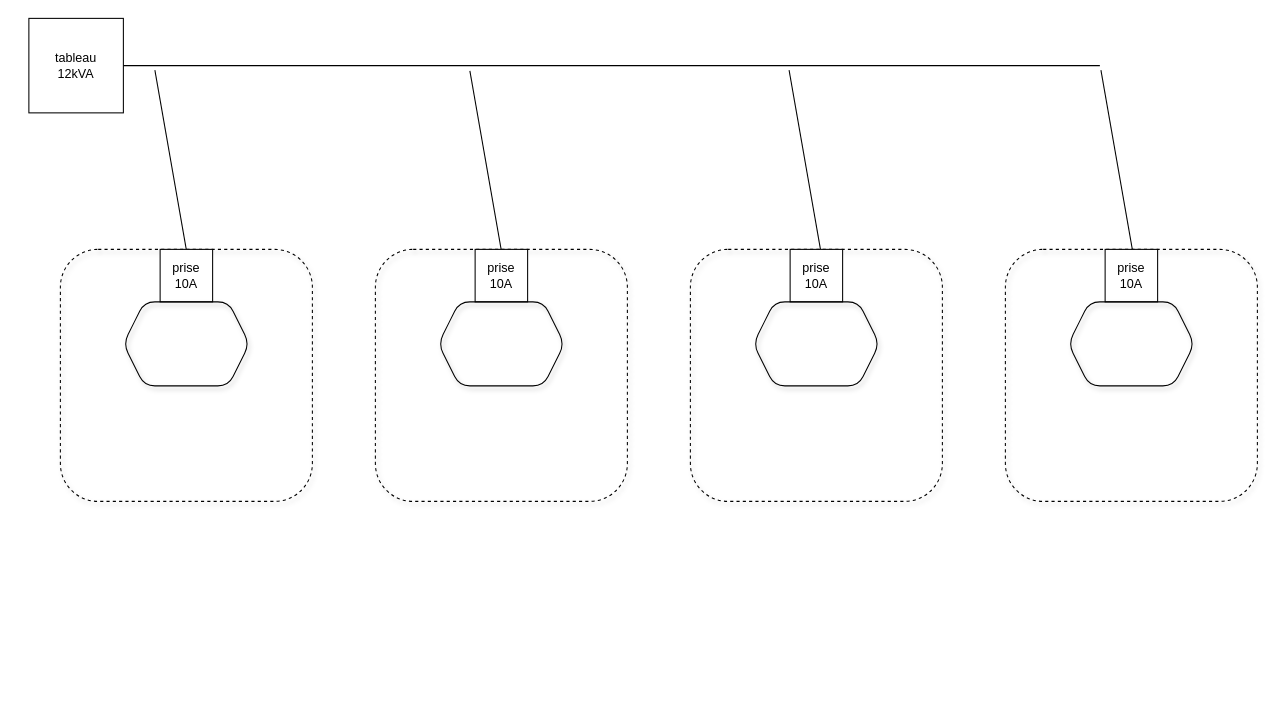
This is images/tokoen-charge.drawio from mtitinger/zz_doc, a draw.io file, before an edit. Source tidied: cells renumbered, new cells numbered last; positions are measured from the earlier drawing's top-left corner, leaving out a move shared by most shapes. Both pictures are drawn from the tidied source at 105%, with x=0, y=0 at pixel (28, 18).
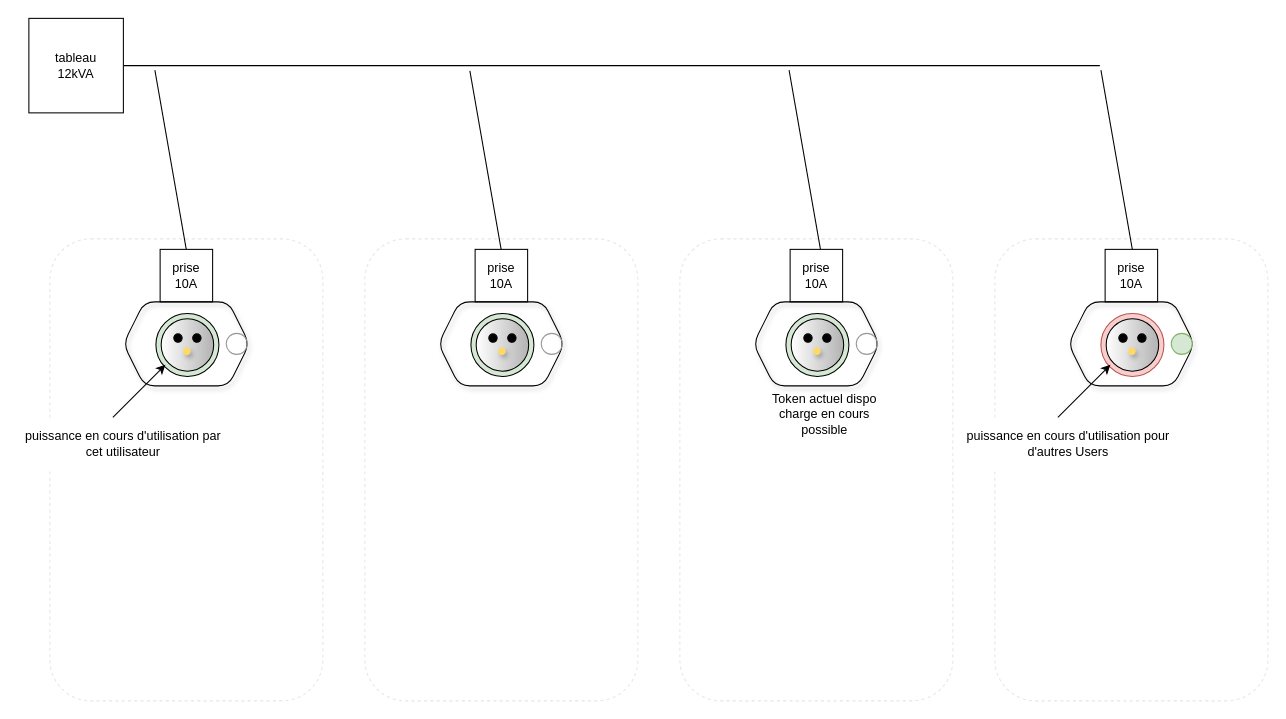
The same diagram, later.

The edit, as a diff of the source:
```diff
@@
+    <mxCell id="20" style="rounded=1;whiteSpace=wrap;html=1;shadow=0;glass=0;sketch=0;strokeColor=#E6E6E6;strokeWidth=1;fillColor=#FFFFFF;gradientColor=none;gradientDirection=west;dashed=1;" parent="1" vertex="1">
+      <mxGeometry x="320" y="210" width="260" height="440" as="geometry" />
+    </mxCell>
+    <mxCell id="21" style="rounded=1;whiteSpace=wrap;html=1;shadow=0;glass=0;sketch=0;strokeColor=#E6E6E6;strokeWidth=1;fillColor=#FFFFFF;gradientColor=none;gradientDirection=west;dashed=1;" parent="1" vertex="1">
+      <mxGeometry x="620" y="210" width="260" height="440" as="geometry" />
+    </mxCell>
+    <mxCell id="22" style="rounded=1;whiteSpace=wrap;html=1;shadow=0;glass=0;sketch=0;strokeColor=#E6E6E6;strokeWidth=1;fillColor=#FFFFFF;gradientColor=none;gradientDirection=west;dashed=1;" parent="1" vertex="1">
+      <mxGeometry x="920" y="210" width="260" height="440" as="geometry" />
+    </mxCell>
+    <mxCell id="23" style="rounded=1;whiteSpace=wrap;html=1;shadow=0;glass=0;sketch=0;strokeColor=#E6E6E6;strokeWidth=1;fillColor=#FFFFFF;gradientColor=none;gradientDirection=west;dashed=1;" parent="1" vertex="1">
+      <mxGeometry x="20" y="210" width="260" height="440" as="geometry" />
+    </mxCell>
@@
-    <mxCell id="4" style="whiteSpace=wrap;html=1;dashed=1;perimeterSpacing=0;fillColor=none;shadow=1;rounded=1;sketch=0;glass=0;" parent="1" vertex="1">
-      <mxGeometry x="30" y="220" width="240" height="240" as="geometry" />
-    </mxCell>
-    <mxCell id="5" style="whiteSpace=wrap;html=1;dashed=1;perimeterSpacing=0;fillColor=none;shadow=1;rounded=1;sketch=0;glass=0;" parent="1" vertex="1">
-      <mxGeometry x="330" y="220" width="240" height="240" as="geometry" />
-    </mxCell>
-    <mxCell id="6" style="whiteSpace=wrap;html=1;dashed=1;perimeterSpacing=0;fillColor=none;shadow=1;rounded=1;sketch=0;glass=0;" parent="1" vertex="1">
-      <mxGeometry x="630" y="220" width="240" height="240" as="geometry" />
-    </mxCell>
-    <mxCell id="7" style="whiteSpace=wrap;html=1;dashed=1;perimeterSpacing=0;fillColor=none;shadow=1;rounded=1;sketch=0;glass=0;" parent="1" vertex="1">
-      <mxGeometry x="930" y="220" width="240" height="240" as="geometry" />
-    </mxCell>
@@
+    <mxCell id="24" style="group;" parent="1" vertex="1">
+      <mxGeometry x="90" y="270" width="120" height="80" as="geometry" />
+    </mxCell>
-    <mxCell id="16" style="shape=hexagon;perimeter=hexagonPerimeter2;whiteSpace=wrap;html=1;fixedSize=1;rounded=1;shadow=1;glass=0;sketch=0;fillColor=none;" parent="1" vertex="1">
-      <mxGeometry x="90" y="270" width="120" height="80" as="geometry" />
+    <mxCell id="16" style="shape=hexagon;perimeter=hexagonPerimeter2;whiteSpace=wrap;html=1;fixedSize=1;rounded=1;shadow=1;glass=0;sketch=0;fillColor=none;" parent="24" vertex="1">
+      <mxGeometry width="120" height="80" as="geometry" />
     </mxCell>
-    <mxCell id="17" style="shape=hexagon;perimeter=hexagonPerimeter2;whiteSpace=wrap;html=1;fixedSize=1;rounded=1;shadow=1;glass=0;sketch=0;fillColor=none;" parent="1" vertex="1">
-      <mxGeometry x="390" y="270" width="120" height="80" as="geometry" />
-    </mxCell>
-    <mxCell id="18" style="shape=hexagon;perimeter=hexagonPerimeter2;whiteSpace=wrap;html=1;fixedSize=1;rounded=1;shadow=1;glass=0;sketch=0;fillColor=none;" parent="1" vertex="1">
-      <mxGeometry x="690" y="270" width="120" height="80" as="geometry" />
-    </mxCell>
-    <mxCell id="19" style="shape=hexagon;perimeter=hexagonPerimeter2;whiteSpace=wrap;html=1;fixedSize=1;rounded=1;shadow=1;glass=0;sketch=0;fillColor=none;" parent="1" vertex="1">
-      <mxGeometry x="990" y="270" width="120" height="80" as="geometry" />
-    </mxCell>
+    <mxCell id="25" style="group;" parent="24" vertex="1">
+      <mxGeometry x="46" y="29.5" width="45" height="41.5" as="geometry" />
+    </mxCell>
+    <mxCell id="26" style="group;" parent="25" vertex="1">
+      <mxGeometry x="-15" y="-18.5" width="60" height="60" as="geometry" />
+    </mxCell>
+    <mxCell id="27" style="ellipse;whiteSpace=wrap;html=1;rounded=1;shadow=0;glass=0;sketch=0;fillColor=#d5e8d4;strokeColor=#000000;" parent="26" vertex="1">
+      <mxGeometry width="60" height="60" as="geometry" />
+    </mxCell>
+    <mxCell id="28" style="ellipse;whiteSpace=wrap;html=1;rounded=1;shadow=0;glass=0;sketch=0;fillColor=#B3B3B3;gradientColor=#ffffff;gradientDirection=west;" parent="26" vertex="1">
+      <mxGeometry x="5" y="5" width="50" height="50" as="geometry" />
+    </mxCell>
+    <mxCell id="29" style="ellipse;whiteSpace=wrap;html=1;rounded=1;shadow=0;glass=0;sketch=0;fillColor=#000000;" parent="25" vertex="1">
+      <mxGeometry x="2" y="1" width="8" height="8" as="geometry" />
+    </mxCell>
+    <mxCell id="30" style="ellipse;whiteSpace=wrap;html=1;rounded=1;shadow=0;glass=0;sketch=0;fillColor=#000000;" parent="25" vertex="1">
+      <mxGeometry x="20" y="1" width="8" height="8" as="geometry" />
+    </mxCell>
+    <mxCell id="31" style="ellipse;whiteSpace=wrap;html=1;rounded=1;shadow=1;glass=0;sketch=0;fillColor=#FFD966;strokeColor=none;" parent="25" vertex="1">
+      <mxGeometry x="11" y="14" width="7" height="7" as="geometry" />
+    </mxCell>
+    <mxCell id="32" style="ellipse;whiteSpace=wrap;html=1;rounded=1;shadow=0;glass=0;sketch=0;strokeColor=#999999;fillColor=none;gradientColor=none;gradientDirection=west;strokeWidth=1;" parent="24" vertex="1">
+      <mxGeometry x="98" y="30" width="20" height="20" as="geometry" />
+    </mxCell>
+    <mxCell id="33" style="group;" parent="1" vertex="1">
+      <mxGeometry x="390" y="270" width="120" height="80" as="geometry" />
+    </mxCell>
+    <mxCell id="34" style="shape=hexagon;perimeter=hexagonPerimeter2;whiteSpace=wrap;html=1;fixedSize=1;rounded=1;shadow=1;glass=0;sketch=0;fillColor=none;" parent="33" vertex="1">
+      <mxGeometry width="120" height="80" as="geometry" />
+    </mxCell>
+    <mxCell id="35" style="group;" parent="33" vertex="1">
+      <mxGeometry x="46" y="29.5" width="45" height="41.5" as="geometry" />
+    </mxCell>
+    <mxCell id="36" style="group;" parent="35" vertex="1">
+      <mxGeometry x="-15" y="-18.5" width="60" height="60" as="geometry" />
+    </mxCell>
+    <mxCell id="37" style="ellipse;whiteSpace=wrap;html=1;rounded=1;shadow=0;glass=0;sketch=0;fillColor=#d5e8d4;strokeColor=#000000;" parent="36" vertex="1">
+      <mxGeometry width="60" height="60" as="geometry" />
+    </mxCell>
+    <mxCell id="38" style="ellipse;whiteSpace=wrap;html=1;rounded=1;shadow=0;glass=0;sketch=0;fillColor=#B3B3B3;gradientColor=#ffffff;gradientDirection=west;" parent="36" vertex="1">
+      <mxGeometry x="5" y="5" width="50" height="50" as="geometry" />
+    </mxCell>
+    <mxCell id="39" style="ellipse;whiteSpace=wrap;html=1;rounded=1;shadow=0;glass=0;sketch=0;fillColor=#000000;" parent="35" vertex="1">
+      <mxGeometry x="2" y="1" width="8" height="8" as="geometry" />
+    </mxCell>
+    <mxCell id="40" style="ellipse;whiteSpace=wrap;html=1;rounded=1;shadow=0;glass=0;sketch=0;fillColor=#000000;" parent="35" vertex="1">
+      <mxGeometry x="20" y="1" width="8" height="8" as="geometry" />
+    </mxCell>
+    <mxCell id="41" style="ellipse;whiteSpace=wrap;html=1;rounded=1;shadow=1;glass=0;sketch=0;fillColor=#FFD966;strokeColor=none;" parent="35" vertex="1">
+      <mxGeometry x="11" y="14" width="7" height="7" as="geometry" />
+    </mxCell>
+    <mxCell id="42" style="ellipse;whiteSpace=wrap;html=1;rounded=1;shadow=0;glass=0;sketch=0;strokeColor=#999999;fillColor=none;gradientColor=none;gradientDirection=west;strokeWidth=1;" parent="33" vertex="1">
+      <mxGeometry x="98" y="30" width="20" height="20" as="geometry" />
+    </mxCell>
+    <mxCell id="43" style="group;" parent="1" vertex="1">
+      <mxGeometry x="690" y="270" width="120" height="80" as="geometry" />
+    </mxCell>
+    <mxCell id="44" style="shape=hexagon;perimeter=hexagonPerimeter2;whiteSpace=wrap;html=1;fixedSize=1;rounded=1;shadow=1;glass=0;sketch=0;fillColor=none;" parent="43" vertex="1">
+      <mxGeometry width="120" height="80" as="geometry" />
+    </mxCell>
+    <mxCell id="45" style="group;" parent="43" vertex="1">
+      <mxGeometry x="46" y="29.5" width="45" height="41.5" as="geometry" />
+    </mxCell>
+    <mxCell id="46" style="group;" parent="45" vertex="1">
+      <mxGeometry x="-15" y="-18.5" width="60" height="60" as="geometry" />
+    </mxCell>
+    <mxCell id="47" style="ellipse;whiteSpace=wrap;html=1;rounded=1;shadow=0;glass=0;sketch=0;fillColor=#d5e8d4;strokeColor=#000000;" parent="46" vertex="1">
+      <mxGeometry width="60" height="60" as="geometry" />
+    </mxCell>
+    <mxCell id="48" style="ellipse;whiteSpace=wrap;html=1;rounded=1;shadow=0;glass=0;sketch=0;fillColor=#B3B3B3;gradientColor=#ffffff;gradientDirection=west;" parent="46" vertex="1">
+      <mxGeometry x="5" y="5" width="50" height="50" as="geometry" />
+    </mxCell>
+    <mxCell id="49" style="ellipse;whiteSpace=wrap;html=1;rounded=1;shadow=0;glass=0;sketch=0;fillColor=#000000;" parent="45" vertex="1">
+      <mxGeometry x="2" y="1" width="8" height="8" as="geometry" />
+    </mxCell>
+    <mxCell id="50" style="ellipse;whiteSpace=wrap;html=1;rounded=1;shadow=0;glass=0;sketch=0;fillColor=#000000;" parent="45" vertex="1">
+      <mxGeometry x="20" y="1" width="8" height="8" as="geometry" />
+    </mxCell>
+    <mxCell id="51" style="ellipse;whiteSpace=wrap;html=1;rounded=1;shadow=1;glass=0;sketch=0;fillColor=#FFD966;strokeColor=none;" parent="45" vertex="1">
+      <mxGeometry x="11" y="14" width="7" height="7" as="geometry" />
+    </mxCell>
+    <mxCell id="52" style="ellipse;whiteSpace=wrap;html=1;rounded=1;shadow=0;glass=0;sketch=0;strokeColor=#999999;fillColor=none;gradientColor=none;gradientDirection=west;strokeWidth=1;" parent="43" vertex="1">
+      <mxGeometry x="98" y="30" width="20" height="20" as="geometry" />
+    </mxCell>
+    <mxCell id="53" style="group;" parent="1" vertex="1">
+      <mxGeometry x="990" y="270" width="120" height="80" as="geometry" />
+    </mxCell>
+    <mxCell id="54" style="shape=hexagon;perimeter=hexagonPerimeter2;whiteSpace=wrap;html=1;fixedSize=1;rounded=1;shadow=1;glass=0;sketch=0;fillColor=none;" parent="53" vertex="1">
+      <mxGeometry width="120" height="80" as="geometry" />
+    </mxCell>
+    <mxCell id="55" style="group;" parent="53" vertex="1">
+      <mxGeometry x="46" y="29.5" width="45" height="41.5" as="geometry" />
+    </mxCell>
+    <mxCell id="56" style="group;" parent="55" vertex="1">
+      <mxGeometry x="-15" y="-18.5" width="60" height="60" as="geometry" />
+    </mxCell>
+    <mxCell id="57" style="ellipse;whiteSpace=wrap;html=1;rounded=1;shadow=0;glass=0;sketch=0;fillColor=#f8cecc;strokeColor=#b85450;" parent="56" vertex="1">
+      <mxGeometry width="60" height="60" as="geometry" />
+    </mxCell>
+    <mxCell id="58" style="ellipse;whiteSpace=wrap;html=1;rounded=1;shadow=0;glass=0;sketch=0;fillColor=#B3B3B3;gradientColor=#ffffff;gradientDirection=west;" parent="56" vertex="1">
+      <mxGeometry x="5" y="5" width="50" height="50" as="geometry" />
+    </mxCell>
+    <mxCell id="59" style="ellipse;whiteSpace=wrap;html=1;rounded=1;shadow=0;glass=0;sketch=0;fillColor=#000000;" parent="55" vertex="1">
+      <mxGeometry x="2" y="1" width="8" height="8" as="geometry" />
+    </mxCell>
+    <mxCell id="60" style="ellipse;whiteSpace=wrap;html=1;rounded=1;shadow=0;glass=0;sketch=0;fillColor=#000000;" parent="55" vertex="1">
+      <mxGeometry x="20" y="1" width="8" height="8" as="geometry" />
+    </mxCell>
+    <mxCell id="61" style="ellipse;whiteSpace=wrap;html=1;rounded=1;shadow=1;glass=0;sketch=0;fillColor=#FFD966;strokeColor=none;" parent="55" vertex="1">
+      <mxGeometry x="11" y="14" width="7" height="7" as="geometry" />
+    </mxCell>
+    <mxCell id="62" style="ellipse;whiteSpace=wrap;html=1;rounded=1;shadow=0;glass=0;sketch=0;strokeColor=#82b366;fillColor=#d5e8d4;gradientDirection=west;strokeWidth=1;" parent="53" vertex="1">
+      <mxGeometry x="98" y="30" width="20" height="20" as="geometry" />
+    </mxCell>
+    <mxCell id="63" value="puissance en cours d'utilisation pour d'autres Users" style="text;html=1;strokeColor=none;fillColor=#FFFFFF;align=center;verticalAlign=middle;whiteSpace=wrap;rounded=0;shadow=0;glass=0;sketch=0;" parent="1" vertex="1">
+      <mxGeometry x="890" y="380" width="200" height="50" as="geometry" />
+    </mxCell>
+    <mxCell id="64" value="Token actuel dispo&lt;br&gt;charge en cours possible" style="text;html=1;strokeColor=none;fillColor=none;align=center;verticalAlign=middle;whiteSpace=wrap;rounded=0;shadow=0;glass=0;sketch=0;" parent="1" vertex="1">
+      <mxGeometry x="693" y="362" width="130" height="30" as="geometry" />
+    </mxCell>
+    <mxCell id="65" style="endArrow=classic;html=1;rounded=0;" parent="1" edge="1">
+      <mxGeometry relative="1" as="geometry">
+        <mxPoint x="980" y="380" as="sourcePoint" />
+        <mxPoint x="1030" y="330" as="targetPoint" />
+      </mxGeometry>
+    </mxCell>
+    <mxCell id="66" value="puissance en cours d'utilisation par cet utilisateur" style="text;html=1;strokeColor=none;fillColor=#FFFFFF;align=center;verticalAlign=middle;whiteSpace=wrap;rounded=0;shadow=0;glass=0;sketch=0;" parent="1" vertex="1">
+      <mxGeometry x="-10" y="380" width="200" height="50" as="geometry" />
+    </mxCell>
+    <mxCell id="67" style="endArrow=classic;html=1;rounded=0;" parent="1" edge="1">
+      <mxGeometry relative="1" as="geometry">
+        <mxPoint x="80" y="380" as="sourcePoint" />
+        <mxPoint x="130" y="330" as="targetPoint" />
+      </mxGeometry>
+    </mxCell>
```
